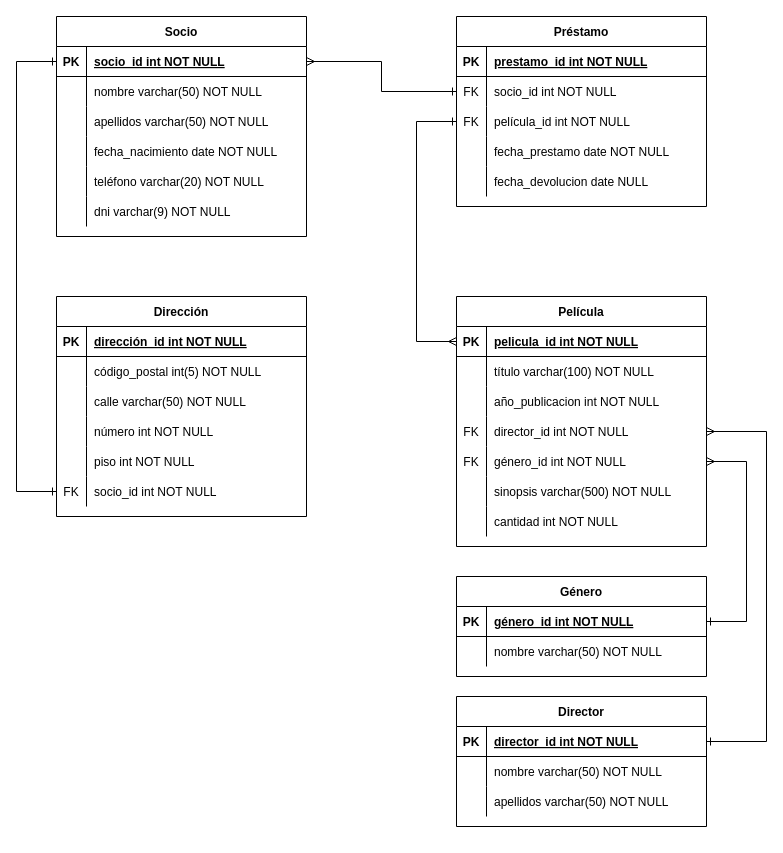
Earlier version of the draw.io diagram Proyecto_SQL.drawio (gabo-cr/modelado-datos-sql). Source tidied: cells renumbered, new cells numbered last; positions are measured from the earlier drawing's top-left corner, leaving out a move shared by most shapes. Both pictures are drawn from the tidied source at 100%, with x=0, y=0 at pixel (16, 16).
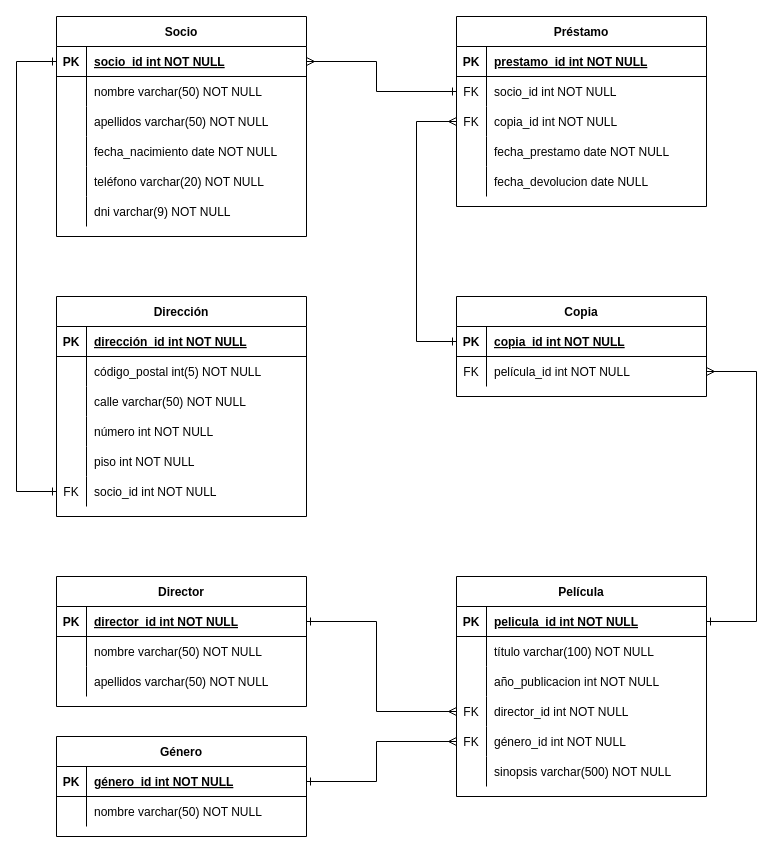
Above is the later version.

Commit message:
Agrego la tabla Copia en el diagrama.

Unchanged cells that the change refers to:
```xml
<mxCell id="3" style="shape=partialRectangle;fillColor=none;points=[[0,0.5],[1,0.5]];portConstraint=eastwest;top=0;left=0;right=0;bottom=1;" parent="2" vertex="1">
  <mxGeometry y="30" width="250" height="30" as="geometry" />
</mxCell>
<mxCell id="12" style="shape=partialRectangle;fillColor=none;points=[[0,0.5],[1,0.5]];portConstraint=eastwest;top=0;left=0;right=0;bottom=0;" parent="2" vertex="1">
  <mxGeometry y="120" width="250" height="30" as="geometry" />
</mxCell>
<mxCell id="15" style="shape=partialRectangle;fillColor=none;points=[[0,0.5],[1,0.5]];portConstraint=eastwest;top=0;left=0;right=0;bottom=0;" parent="2" vertex="1">
  <mxGeometry y="150" width="250" height="30" as="geometry" />
</mxCell>
<mxCell id="25" style="shape=partialRectangle;fillColor=none;points=[[0,0.5],[1,0.5]];portConstraint=eastwest;top=0;left=0;right=0;bottom=1;" parent="24" vertex="1">
  <mxGeometry y="30" width="250" height="30" as="geometry" />
</mxCell>
<mxCell id="32" style="shape=partialRectangle;fillColor=none;points=[[0,0.5],[1,0.5]];portConstraint=eastwest;top=0;left=0;right=0;bottom=1;" parent="31" vertex="1">
  <mxGeometry y="30" width="250" height="30" as="geometry" />
</mxCell>
<mxCell id="52" style="shape=partialRectangle;fillColor=none;points=[[0,0.5],[1,0.5]];portConstraint=eastwest;top=0;left=0;right=0;bottom=1;" parent="51" vertex="1">
  <mxGeometry y="30" width="250" height="30" as="geometry" />
</mxCell>
<mxCell id="86" style="shape=partialRectangle;fillColor=none;points=[[0,0.5],[1,0.5]];portConstraint=eastwest;top=0;left=0;right=0;bottom=0;" parent="82" vertex="1">
  <mxGeometry y="60" width="250" height="30" as="geometry" />
</mxCell>
<mxCell id="89" style="shape=partialRectangle;fillColor=none;points=[[0,0.5],[1,0.5]];portConstraint=eastwest;top=0;left=0;right=0;bottom=0;" parent="82" vertex="1">
  <mxGeometry y="90" width="250" height="30" as="geometry" />
</mxCell>
```

Diff of the diagram source:
```diff
@@
     <mxCell id="2" value="Película" style="shape=table;startSize=30;childLayout=tableLayout;rowLines=0;fontStyle=1;align=center;" parent="1" vertex="1">
-      <mxGeometry x="440" y="280" width="250" height="250" as="geometry" />
+      <mxGeometry x="440" y="560" width="250" height="220" as="geometry" />
     </mxCell>
@@
-    <mxCell id="21" style="shape=partialRectangle;fillColor=none;top=0;left=0;right=0;bottom=0;" parent="2" vertex="1">
-      <mxGeometry y="210" width="250" height="30" as="geometry" />
-    </mxCell>
-    <mxCell id="22" style="shape=partialRectangle;overflow=hidden;fillColor=none;top=0;left=0;bottom=0;right=0;" parent="21" vertex="1">
-      <mxGeometry width="30" height="30" as="geometry" />
-    </mxCell>
-    <mxCell id="23" value="cantidad int NOT NULL" style="shape=partialRectangle;overflow=hidden;fillColor=none;top=0;left=0;bottom=0;right=0;align=left;spacingLeft=6;" parent="21" vertex="1">
-      <mxGeometry x="30" width="220" height="30" as="geometry" />
-    </mxCell>
     <mxCell id="24" value="Género" style="shape=table;startSize=30;childLayout=tableLayout;rowLines=0;fontStyle=1;align=center;" parent="1" vertex="1">
-      <mxGeometry x="440" y="560" width="250" height="100" as="geometry" />
+      <mxGeometry x="40" y="720" width="250" height="100" as="geometry" />
     </mxCell>
@@
-    <mxCell id="50" style="edgeStyle=orthogonalEdgeStyle;rounded=0;jettySize=auto;html=1;entryX=1;entryY=0.5;entryDx=0;entryDy=0;startArrow=ERmany;startFill=0;endArrow=ERone;endFill=0;exitX=1;exitY=0.5;exitDx=0;exitDy=0;" parent="1" edge="1" source="15" target="25">
-      <mxGeometry relative="1" as="geometry">
-        <Array as="points">
-          <mxPoint x="730" y="445" />
-          <mxPoint x="730" y="605" />
-        </Array>
-      </mxGeometry>
-    </mxCell>
     <mxCell id="51" value="Director" style="shape=table;startSize=30;childLayout=tableLayout;rowLines=0;fontStyle=1;align=center;" parent="1" vertex="1">
-      <mxGeometry x="440" y="680" width="250" height="130" as="geometry" />
+      <mxGeometry x="40" y="560" width="250" height="130" as="geometry" />
     </mxCell>
@@
-    <mxCell id="61" style="edgeStyle=orthogonalEdgeStyle;rounded=0;jettySize=auto;html=1;entryX=1;entryY=0.5;entryDx=0;entryDy=0;startArrow=ERone;startFill=0;endArrow=ERmany;endFill=0;exitX=1;exitY=0.5;exitDx=0;exitDy=0;" parent="1" edge="1" source="52" target="12">
+    <mxCell id="61" style="edgeStyle=orthogonalEdgeStyle;rounded=0;jettySize=auto;html=1;startArrow=ERone;startFill=0;endArrow=ERmany;endFill=0;exitX=1;exitY=0.5;exitDx=0;exitDy=0;entryX=0;entryY=0.5;entryDx=0;entryDy=0;" parent="1" edge="1" source="52" target="12">
       <mxGeometry relative="1" as="geometry">
         <Array as="points">
-          <mxPoint x="750" y="725" />
-          <mxPoint x="750" y="415" />
+          <mxPoint x="360" y="605" />
+          <mxPoint x="360" y="695" />
         </Array>
       </mxGeometry>
     </mxCell>
@@
-    <mxCell id="91" value="película_id int NOT NULL" style="shape=partialRectangle;overflow=hidden;fillColor=none;top=0;left=0;bottom=0;right=0;align=left;spacingLeft=6;" parent="89" vertex="1">
+    <mxCell id="91" value="copia_id int NOT NULL" style="shape=partialRectangle;overflow=hidden;fillColor=none;top=0;left=0;bottom=0;right=0;align=left;spacingLeft=6;" parent="89" vertex="1">
       <mxGeometry x="30" width="220" height="30" as="geometry" />
     </mxCell>
@@
     <mxCell id="98" style="edgeStyle=orthogonalEdgeStyle;rounded=0;jettySize=auto;html=1;exitX=1;exitY=0.5;exitDx=0;exitDy=0;entryX=0;entryY=0.5;entryDx=0;entryDy=0;startArrow=ERmany;startFill=0;endArrow=ERone;endFill=0;" parent="1" edge="1" source="32" target="86">
-      <mxGeometry relative="1" as="geometry" />
+      <mxGeometry relative="1" as="geometry">
+        <Array as="points">
+          <mxPoint x="360" y="45" />
+          <mxPoint x="360" y="75" />
+        </Array>
+      </mxGeometry>
     </mxCell>
-    <mxCell id="99" style="edgeStyle=orthogonalEdgeStyle;rounded=0;jettySize=auto;html=1;exitX=0;exitY=0.5;exitDx=0;exitDy=0;entryX=0;entryY=0.5;entryDx=0;entryDy=0;startArrow=ERmany;startFill=0;endArrow=ERone;endFill=0;" parent="1" edge="1" source="3" target="89">
-      <mxGeometry relative="1" as="geometry">
-        <Array as="points">
-          <mxPoint x="400" y="325" />
-          <mxPoint x="400" y="105" />
-        </Array>
-      </mxGeometry>
-    </mxCell>
+    <mxCell id="100" style="edgeStyle=orthogonalEdgeStyle;rounded=0;jettySize=auto;html=1;entryX=0;entryY=0.5;entryDx=0;entryDy=0;strokeColor=none;startArrow=ERone;startFill=0;endArrow=ERmany;endFill=0;" parent="1" edge="1" source="25" target="15">
+      <mxGeometry relative="1" as="geometry" />
+    </mxCell>
+    <mxCell id="101" style="edgeStyle=orthogonalEdgeStyle;rounded=0;jettySize=auto;html=1;entryX=0;entryY=0.5;entryDx=0;entryDy=0;startArrow=ERone;startFill=0;endArrow=ERmany;endFill=0;" parent="1" edge="1" source="25" target="15">
+      <mxGeometry relative="1" as="geometry">
+        <Array as="points">
+          <mxPoint x="360" y="765" />
+          <mxPoint x="360" y="725" />
+        </Array>
+      </mxGeometry>
+    </mxCell>
+    <mxCell id="102" value="Copia" style="shape=table;startSize=30;childLayout=tableLayout;rowLines=0;fontStyle=1;align=center;" parent="1" vertex="1">
+      <mxGeometry x="440" y="280" width="250" height="100" as="geometry" />
+    </mxCell>
+    <mxCell id="103" style="shape=partialRectangle;fillColor=none;points=[[0,0.5],[1,0.5]];portConstraint=eastwest;top=0;left=0;right=0;bottom=1;" parent="102" vertex="1">
+      <mxGeometry y="30" width="250" height="30" as="geometry" />
+    </mxCell>
+    <mxCell id="104" value="PK" style="shape=partialRectangle;overflow=hidden;fillColor=none;top=0;left=0;bottom=0;right=0;fontStyle=1;" parent="103" vertex="1">
+      <mxGeometry width="30" height="30" as="geometry" />
+    </mxCell>
+    <mxCell id="105" value="copia_id int NOT NULL " style="shape=partialRectangle;overflow=hidden;fillColor=none;top=0;left=0;bottom=0;right=0;align=left;spacingLeft=6;fontStyle=5;" parent="103" vertex="1">
+      <mxGeometry x="30" width="220" height="30" as="geometry" />
+    </mxCell>
+    <mxCell id="106" style="shape=partialRectangle;fillColor=none;points=[[0,0.5],[1,0.5]];portConstraint=eastwest;top=0;left=0;right=0;bottom=0;" parent="102" vertex="1">
+      <mxGeometry y="60" width="250" height="30" as="geometry" />
+    </mxCell>
+    <mxCell id="107" value="FK" style="shape=partialRectangle;overflow=hidden;fillColor=none;top=0;left=0;bottom=0;right=0;" parent="106" vertex="1">
+      <mxGeometry width="30" height="30" as="geometry" />
+    </mxCell>
+    <mxCell id="108" value="película_id int NOT NULL" style="shape=partialRectangle;overflow=hidden;fillColor=none;top=0;left=0;bottom=0;right=0;align=left;spacingLeft=6;" parent="106" vertex="1">
+      <mxGeometry x="30" width="220" height="30" as="geometry" />
+    </mxCell>
+    <mxCell id="109" style="edgeStyle=orthogonalEdgeStyle;rounded=0;jettySize=auto;html=1;exitX=1;exitY=0.5;exitDx=0;exitDy=0;entryX=1;entryY=0.5;entryDx=0;entryDy=0;startArrow=ERone;startFill=0;endArrow=ERmany;endFill=0;" parent="1" edge="1" source="3" target="106">
+      <mxGeometry relative="1" as="geometry">
+        <Array as="points">
+          <mxPoint x="740" y="605" />
+          <mxPoint x="740" y="355" />
+        </Array>
+      </mxGeometry>
+    </mxCell>
+    <mxCell id="110" style="edgeStyle=orthogonalEdgeStyle;rounded=0;jettySize=auto;html=1;exitX=0;exitY=0.5;exitDx=0;exitDy=0;entryX=0;entryY=0.5;entryDx=0;entryDy=0;startArrow=ERone;startFill=0;endArrow=ERmany;endFill=0;" parent="1" edge="1" source="103" target="89">
+      <mxGeometry relative="1" as="geometry">
+        <Array as="points">
+          <mxPoint x="400" y="325" />
+          <mxPoint x="400" y="105" />
+        </Array>
+      </mxGeometry>
+    </mxCell>
```
